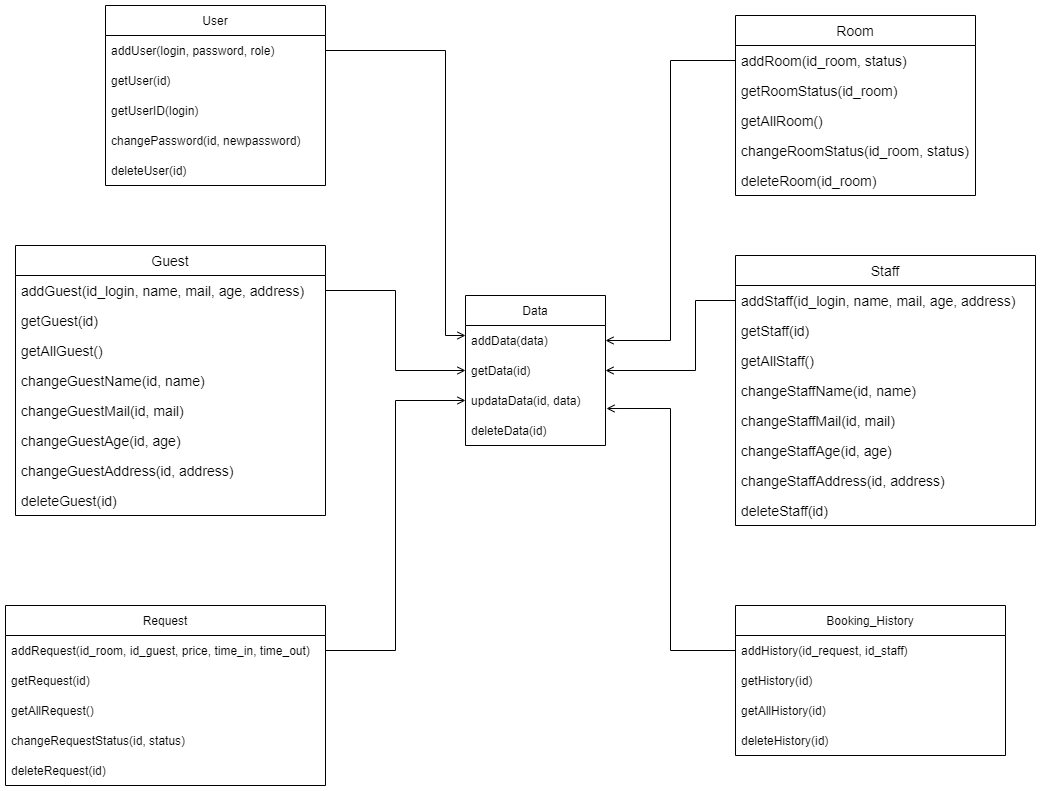
This is img/DA.png from KulosisCode/PPO_BMSTU, a draw.io export, as it was before one commit. Source tidied: cells renumbered, new cells last; positions are measured from the earlier drawing's top-left corner, leaving out a move shared by most shapes.
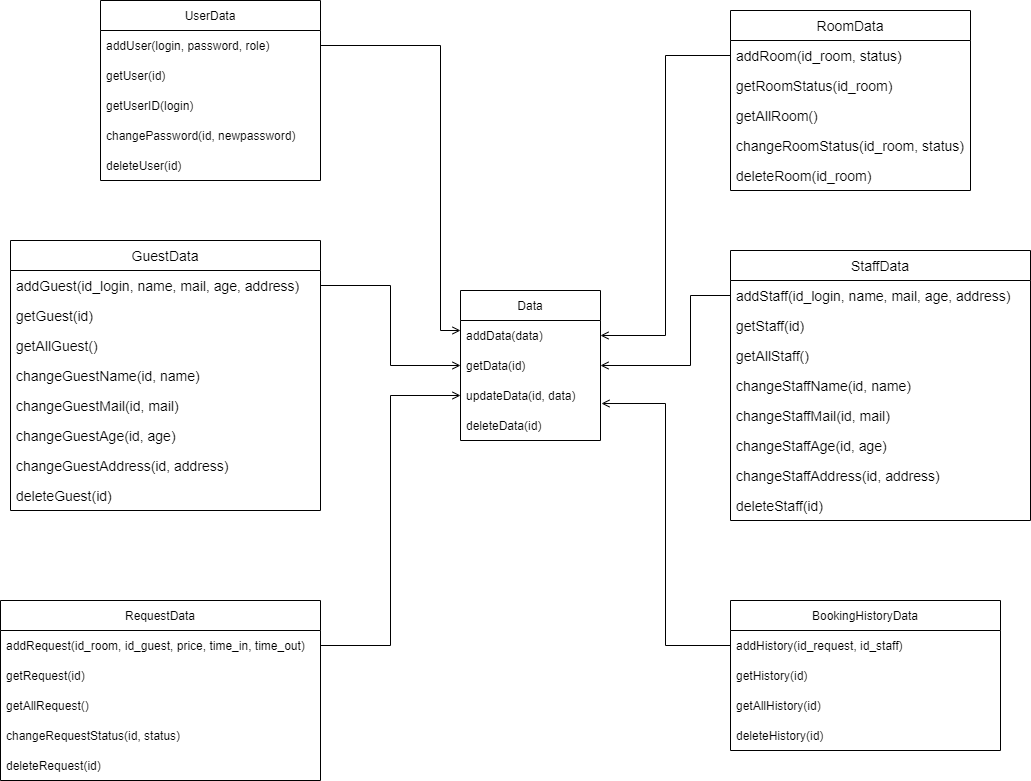
The same diagram one commit later.

What changed in the source:
```diff
@@ -2,7 +2,7 @@
   <root>
     <mxCell id="0" />
     <mxCell id="1" parent="0" />
-    <mxCell id="2" value="Room" style="swimlane;fontStyle=0;horizontal=1;startSize=30;fontSize=14;" parent="1" vertex="1">
+    <mxCell id="2" value="RoomData" style="swimlane;fontStyle=0;horizontal=1;startSize=30;fontSize=14;" parent="1" vertex="1">
       <mxGeometry x="730" y="10" width="240" height="180" as="geometry" />
     </mxCell>
     <mxCell id="3" value="addRoom(id_room, status)" style="text;strokeColor=none;fillColor=none;align=left;verticalAlign=middle;spacingLeft=4;spacingRight=4;overflow=hidden;points=[[0,0.5],[1,0.5]];portConstraint=eastwest;fontSize=14;" parent="2" vertex="1">
@@ -20,7 +20,7 @@
     <mxCell id="7" value="deleteRoom(id_room)" style="text;strokeColor=none;fillColor=none;align=left;verticalAlign=middle;spacingLeft=4;spacingRight=4;overflow=hidden;fontSize=14;" parent="2" vertex="1">
       <mxGeometry y="150" width="240" height="30" as="geometry" />
     </mxCell>
-    <mxCell id="8" value="User" style="swimlane;fontStyle=0;horizontal=1;startSize=30;" parent="1" vertex="1">
+    <mxCell id="8" value="UserData" style="swimlane;fontStyle=0;horizontal=1;startSize=30;" parent="1" vertex="1">
       <mxGeometry x="100" width="220" height="180" as="geometry" />
     </mxCell>
     <mxCell id="9" value="addUser(login, password, role)" style="text;strokeColor=none;fillColor=none;align=left;verticalAlign=middle;spacingLeft=4;spacingRight=4;overflow=hidden;points=[[0,0.5],[1,0.5]];portConstraint=eastwest;" parent="8" vertex="1">
@@ -38,7 +38,7 @@
     <mxCell id="13" value="deleteUser(id)" style="text;strokeColor=none;fillColor=none;align=left;verticalAlign=middle;spacingLeft=4;spacingRight=4;overflow=hidden;" parent="8" vertex="1">
       <mxGeometry y="150" width="220" height="30" as="geometry" />
     </mxCell>
-    <mxCell id="14" value="Staff" style="swimlane;fontStyle=0;horizontal=1;startSize=30;fontSize=14;" parent="1" vertex="1">
+    <mxCell id="14" value="StaffData" style="swimlane;fontStyle=0;horizontal=1;startSize=30;fontSize=14;" parent="1" vertex="1">
       <mxGeometry x="730" y="250" width="300" height="270" as="geometry" />
     </mxCell>
     <mxCell id="15" value="addStaff(id_login, name, mail, age, address)" style="text;strokeColor=none;fillColor=none;align=left;verticalAlign=middle;spacingLeft=4;spacingRight=4;overflow=hidden;points=[[0,0.5],[1,0.5]];portConstraint=eastwest;fontSize=14;" parent="14" vertex="1">
@@ -65,7 +65,7 @@
     <mxCell id="22" value="deleteStaff(id)" style="text;strokeColor=none;fillColor=none;align=left;verticalAlign=middle;spacingLeft=4;spacingRight=4;overflow=hidden;fontSize=14;" parent="14" vertex="1">
       <mxGeometry y="240" width="300" height="30" as="geometry" />
     </mxCell>
-    <mxCell id="23" value="Guest" style="swimlane;fontStyle=0;horizontal=1;startSize=30;fontSize=14;" parent="1" vertex="1">
+    <mxCell id="23" value="GuestData" style="swimlane;fontStyle=0;horizontal=1;startSize=30;fontSize=14;" parent="1" vertex="1">
       <mxGeometry x="10" y="240" width="310" height="270" as="geometry" />
     </mxCell>
     <mxCell id="24" value="addGuest(id_login, name, mail, age, address)" style="text;strokeColor=none;fillColor=none;align=left;verticalAlign=middle;spacingLeft=4;spacingRight=4;overflow=hidden;points=[[0,0.5],[1,0.5]];portConstraint=eastwest;fontSize=14;" parent="23" vertex="1">
@@ -92,7 +92,7 @@
     <mxCell id="31" value="deleteGuest(id)" style="text;strokeColor=none;fillColor=none;align=left;verticalAlign=middle;spacingLeft=4;spacingRight=4;overflow=hidden;fontSize=14;" parent="23" vertex="1">
       <mxGeometry y="240" width="310" height="30" as="geometry" />
     </mxCell>
-    <mxCell id="32" value="Request" style="swimlane;fontStyle=0;horizontal=1;startSize=30;" parent="1" vertex="1">
+    <mxCell id="32" value="RequestData" style="swimlane;fontStyle=0;horizontal=1;startSize=30;" parent="1" vertex="1">
       <mxGeometry y="600" width="320" height="180" as="geometry" />
     </mxCell>
     <mxCell id="33" value="addRequest(id_room, id_guest, price, time_in, time_out)" style="text;strokeColor=none;fillColor=none;align=left;verticalAlign=middle;spacingLeft=4;spacingRight=4;overflow=hidden;points=[[0,0.5],[1,0.5]];portConstraint=eastwest;" parent="32" vertex="1">
@@ -110,7 +110,7 @@
     <mxCell id="37" value="deleteRequest(id)" style="text;strokeColor=none;fillColor=none;align=left;verticalAlign=middle;spacingLeft=4;spacingRight=4;overflow=hidden;" parent="32" vertex="1">
       <mxGeometry y="150" width="320" height="30" as="geometry" />
     </mxCell>
-    <mxCell id="38" value="Booking_History" style="swimlane;fontStyle=0;horizontal=1;startSize=30;" parent="1" vertex="1">
+    <mxCell id="38" value="BookingHistoryData" style="swimlane;fontStyle=0;horizontal=1;startSize=30;" parent="1" vertex="1">
       <mxGeometry x="730" y="600" width="270" height="150" as="geometry" />
     </mxCell>
     <mxCell id="39" value="addHistory(id_request, id_staff)" style="text;strokeColor=none;fillColor=none;align=left;verticalAlign=middle;spacingLeft=4;spacingRight=4;overflow=hidden;points=[[0,0.5],[1,0.5]];portConstraint=eastwest;" parent="38" vertex="1">
@@ -134,7 +134,7 @@
     <mxCell id="45" value="getData(id)" style="text;strokeColor=none;fillColor=none;align=left;verticalAlign=middle;spacingLeft=4;spacingRight=4;overflow=hidden;points=[[0,0.5],[1,0.5]];portConstraint=eastwest;" parent="43" vertex="1">
       <mxGeometry y="60" width="140" height="30" as="geometry" />
     </mxCell>
-    <mxCell id="46" value="updataData(id, data)" style="text;strokeColor=none;fillColor=none;align=left;verticalAlign=middle;spacingLeft=4;spacingRight=4;overflow=hidden;points=[[0,0.5],[1,0.5]];portConstraint=eastwest;" parent="43" vertex="1">
+    <mxCell id="46" value="updateData(id, data)" style="text;strokeColor=none;fillColor=none;align=left;verticalAlign=middle;spacingLeft=4;spacingRight=4;overflow=hidden;points=[[0,0.5],[1,0.5]];portConstraint=eastwest;" parent="43" vertex="1">
       <mxGeometry y="90" width="140" height="30" as="geometry" />
     </mxCell>
     <mxCell id="47" value="deleteData(id)" style="text;strokeColor=none;fillColor=none;align=left;verticalAlign=middle;spacingLeft=4;spacingRight=4;overflow=hidden;" parent="43" vertex="1">
```
